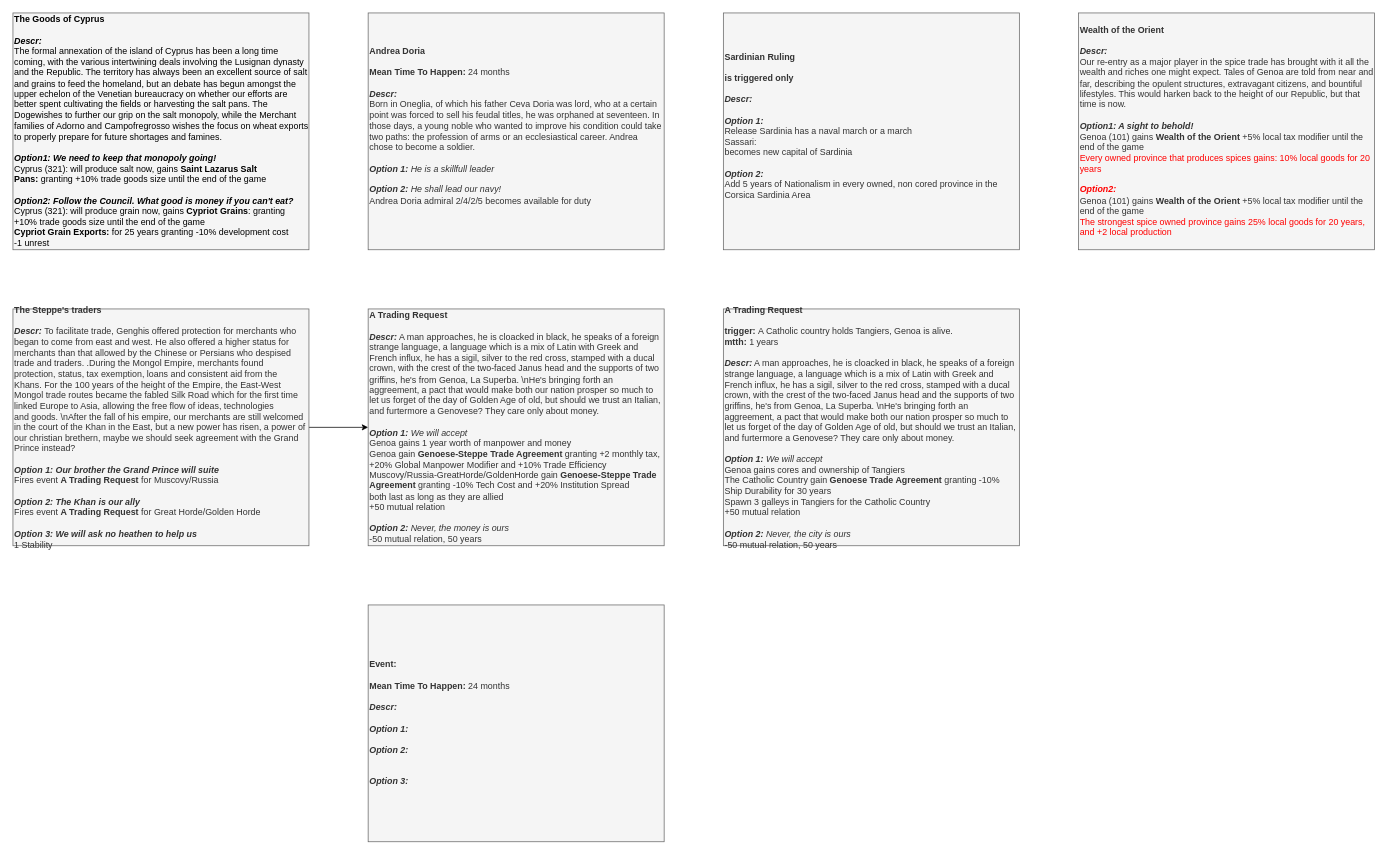
Above: page "Events" (2 of 3) of It's Pesto Time/It's Pesto Time 0.3.drawio in Melvasul/Missions-Expanded (draw.io), before the change. Source tidied: cells renumbered, new cells numbered last; positions are measured from the earlier drawing's top-left corner, leaving out a move shared by most shapes. Both pictures are drawn from the tidied source at 74%, with x=0, y=0 at pixel (13, 13).
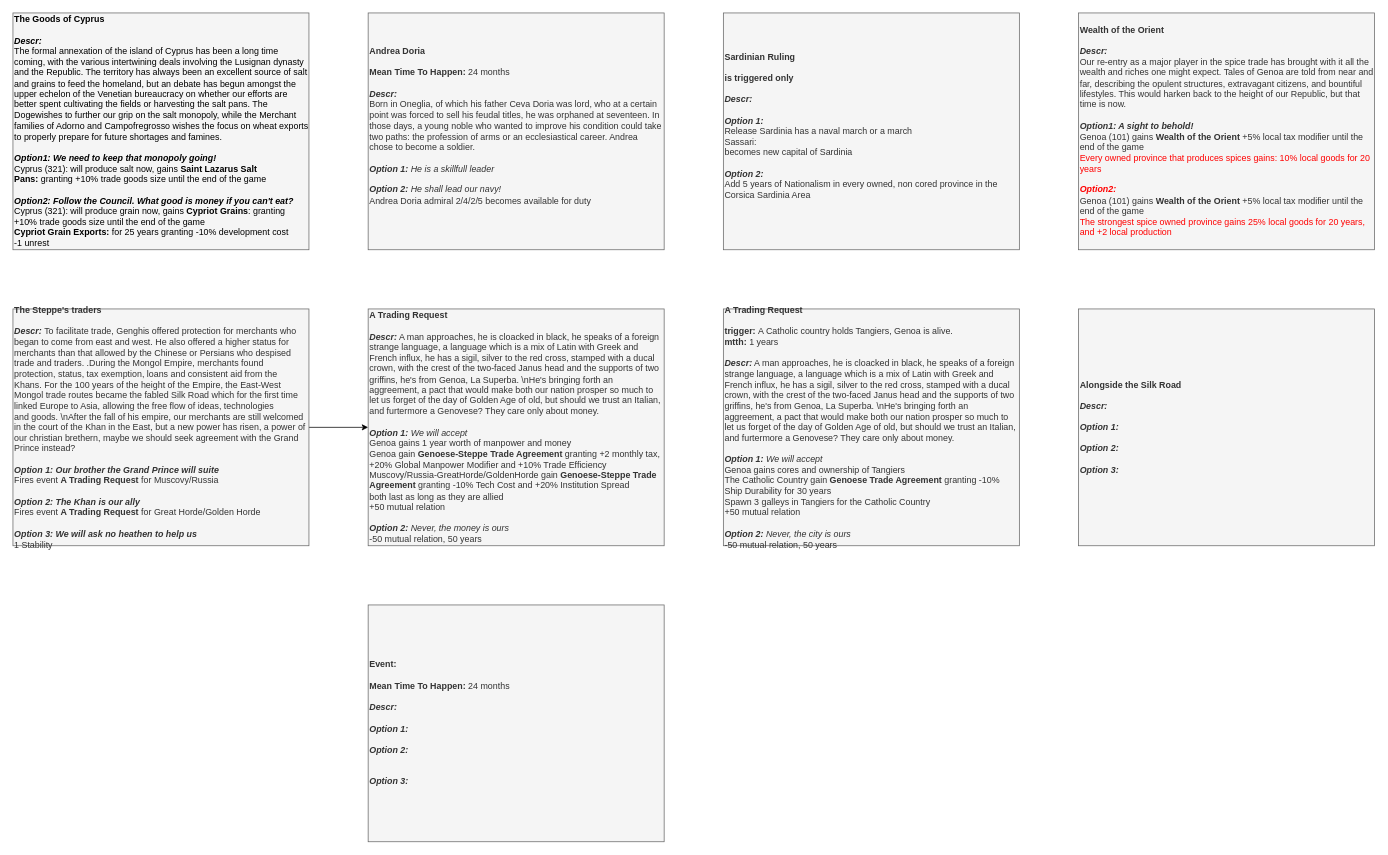
After the change.

The edit, as a diff of the source:
```diff
@@
 <mxGraphModel>
   <root>
     <mxCell id="0" />
     <mxCell id="1" parent="0" />
     <mxCell id="2" value="&lt;div style=&quot;font-size: 12px&quot;&gt;&lt;b&gt;Event:&lt;/b&gt;&lt;/div&gt;&lt;div style=&quot;font-size: 12px&quot;&gt;&lt;b&gt;&lt;br&gt;&lt;/b&gt;&lt;/div&gt;&lt;div style=&quot;font-size: 12px&quot;&gt;&lt;b&gt;Mean Time To Happen: &lt;/b&gt;24 months&lt;/div&gt;&lt;div style=&quot;font-size: 12px&quot;&gt;&lt;b&gt;&lt;br&gt;&lt;/b&gt;&lt;/div&gt;&lt;div&gt;&lt;font&gt;&lt;div style=&quot;font-size: 12px&quot;&gt;&lt;b style=&quot;font-size: 12px&quot;&gt;&lt;i style=&quot;font-size: 12px&quot;&gt;Descr:&lt;/i&gt;&lt;/b&gt;&lt;/div&gt;&lt;/font&gt;&lt;/div&gt;&lt;div&gt;&lt;br&gt;&lt;/div&gt;&lt;div style=&quot;font-size: 12px&quot;&gt;&lt;/div&gt;&lt;font&gt;&lt;b style=&quot;font-size: 12px ; font-style: italic&quot;&gt;Option 1:&lt;/b&gt;&lt;span style=&quot;font-size: 12px ; font-style: italic&quot;&gt; &lt;/span&gt;&lt;br&gt;&lt;br&gt;&lt;span style=&quot;font-size: 12px&quot;&gt;&lt;i&gt;&lt;b&gt;Option 2:&lt;/b&gt;&amp;nbsp;&lt;/i&gt;&lt;/span&gt;&lt;br&gt;&lt;div&gt;&lt;br&gt;&lt;/div&gt;&lt;div&gt;&lt;br&gt;&lt;/div&gt;&lt;div&gt;&lt;i style=&quot;font-weight: bold&quot;&gt;Option 3:&amp;nbsp;&lt;/i&gt;&lt;/div&gt;&lt;/font&gt;" style="rounded=0;whiteSpace=wrap;html=1;align=left;fontSize=12;fillColor=#f5f5f5;strokeColor=#666666;fontColor=#333333;" parent="1" vertex="1">
       <mxGeometry x="480" y="800" width="400" height="320" as="geometry" />
     </mxCell>
     <mxCell id="3" value="&lt;div style=&quot;font-size: 12px&quot;&gt;&lt;b&gt;Andrea Doria&lt;/b&gt;&lt;/div&gt;&lt;div style=&quot;font-size: 12px&quot;&gt;&lt;b&gt;&lt;br&gt;&lt;/b&gt;&lt;/div&gt;&lt;div style=&quot;font-size: 12px&quot;&gt;&lt;b&gt;Mean Time To Happen: &lt;/b&gt;24 months&lt;/div&gt;&lt;div style=&quot;font-size: 12px&quot;&gt;&lt;b&gt;&lt;br&gt;&lt;/b&gt;&lt;/div&gt;&lt;div&gt;&lt;font&gt;&lt;div style=&quot;font-size: 12px&quot;&gt;&lt;b style=&quot;font-size: 12px&quot;&gt;&lt;i style=&quot;font-size: 12px&quot;&gt;Descr:&lt;/i&gt;&lt;/b&gt;&lt;/div&gt;&lt;/font&gt;&lt;/div&gt;&lt;div&gt;Born in Oneglia, of which his father Ceva Doria was lord, who at a certain point was forced to sell his feudal titles, he was orphaned at seventeen. In those days, a young noble who wanted to improve his condition could take two paths: the profession of arms or an ecclesiastical career. Andrea chose to become a soldier.&lt;br&gt;&lt;/div&gt;&lt;div&gt;&lt;br&gt;&lt;/div&gt;&lt;div style=&quot;font-size: 12px&quot;&gt;&lt;/div&gt;&lt;font&gt;&lt;b style=&quot;font-size: 12px ; font-style: italic&quot;&gt;Option 1:&lt;/b&gt;&lt;span style=&quot;font-size: 12px ; font-style: italic&quot;&gt;&amp;nbsp;He is a skillfull leader&lt;/span&gt;&lt;br&gt;&lt;br&gt;&lt;span style=&quot;font-size: 12px&quot;&gt;&lt;i&gt;&lt;b&gt;Option 2:&lt;/b&gt;&amp;nbsp;He shall lead our navy!&lt;br&gt;&lt;/i&gt;&lt;/span&gt;Andrea Doria admiral 2/4/2/5 becomes available for duty&lt;br&gt;&lt;div&gt;&lt;br&gt;&lt;/div&gt;&lt;/font&gt;" style="rounded=0;whiteSpace=wrap;html=1;align=left;fontSize=12;fillColor=#f5f5f5;strokeColor=#666666;fontColor=#333333;" parent="1" vertex="1">
       <mxGeometry x="480" width="400" height="320" as="geometry" />
     </mxCell>
     <mxCell id="4" value="&lt;div style=&quot;font-size: 12px&quot;&gt;&lt;b&gt;Sardinian Ruling&lt;/b&gt;&lt;/div&gt;&lt;div style=&quot;font-size: 12px&quot;&gt;&lt;b&gt;&lt;br&gt;&lt;/b&gt;&lt;/div&gt;&lt;div style=&quot;font-size: 12px&quot;&gt;&lt;b&gt;is triggered only&lt;/b&gt;&lt;/div&gt;&lt;div style=&quot;font-size: 12px&quot;&gt;&lt;b&gt;&lt;br&gt;&lt;/b&gt;&lt;/div&gt;&lt;div&gt;&lt;font&gt;&lt;div style=&quot;font-size: 12px&quot;&gt;&lt;b style=&quot;font-size: 12px&quot;&gt;&lt;i style=&quot;font-size: 12px&quot;&gt;Descr:&lt;/i&gt;&lt;/b&gt;&lt;/div&gt;&lt;/font&gt;&lt;/div&gt;&lt;div&gt;&lt;br&gt;&lt;/div&gt;&lt;div style=&quot;font-size: 12px&quot;&gt;&lt;/div&gt;&lt;font&gt;&lt;b style=&quot;font-size: 12px ; font-style: italic&quot;&gt;Option 1:&lt;/b&gt;&lt;span style=&quot;font-size: 12px ; font-style: italic&quot;&gt; &lt;/span&gt;&lt;br&gt;Release Sardinia has a naval march or a march&lt;br&gt;Sassari:&lt;br&gt;becomes new capital of Sardinia&lt;br&gt;&lt;br&gt;&lt;span style=&quot;font-size: 12px&quot;&gt;&lt;i&gt;&lt;b&gt;Option 2:&lt;/b&gt;&amp;nbsp;&lt;/i&gt;&lt;/span&gt;&lt;br&gt;&lt;div&gt;Add 5 years of Nationalism in every owned, non cored province in the Corsica Sardinia Area&lt;/div&gt;&lt;div&gt;&lt;br&gt;&lt;/div&gt;&lt;/font&gt;" style="rounded=0;whiteSpace=wrap;html=1;align=left;fontSize=12;fillColor=#f5f5f5;strokeColor=#666666;fontColor=#333333;" parent="1" vertex="1">
       <mxGeometry x="960" width="400" height="320" as="geometry" />
     </mxCell>
     <mxCell id="5" value="&lt;div&gt;&lt;font color=&quot;#000000&quot;&gt;&lt;b&gt;The Goods of Cyprus&lt;/b&gt;&lt;br&gt;&lt;/font&gt;&lt;/div&gt;&lt;div&gt;&lt;b&gt;&lt;font color=&quot;#000000&quot;&gt;&lt;br&gt;&lt;/font&gt;&lt;/b&gt;&lt;/div&gt;&lt;div&gt;&lt;font color=&quot;#000000&quot;&gt;&lt;b&gt;&lt;i&gt;Descr:&lt;/i&gt;&lt;/b&gt;&amp;nbsp;&lt;/font&gt;&lt;/div&gt;&lt;div&gt;&lt;font color=&quot;#000000&quot;&gt;The formal annexation of the island of Cyprus has been a long time coming, with the various intertwining deals involving the Lusignan dynasty and the Republic. The territory has always been an excellent source of salt and grains to feed the homeland, but an debate has begun amongst the upper echelon of the Venetian bureaucracy on whether our efforts are better spent cultivating the fields or harvesting the salt pans. The Dogewishes to further our grip on the salt monopoly, while the Merchant families of Adorno and Campofregrosso wishes the focus on wheat exports to properly prepare for future shortages and famines.&lt;/font&gt;&lt;/div&gt;&lt;div style=&quot;font-size: 12px&quot;&gt;&lt;span style=&quot;font-size: 12px&quot;&gt;&lt;font color=&quot;#000000&quot;&gt;&lt;br style=&quot;font-size: 12px&quot;&gt;&lt;/font&gt;&lt;/span&gt;&lt;/div&gt;&lt;div style=&quot;font-size: 12px&quot;&gt;&lt;font color=&quot;#000000&quot;&gt;&lt;b&gt;&lt;i&gt;Option1:&amp;nbsp;&lt;/i&gt;&lt;/b&gt;&lt;i&gt;&lt;b&gt;We need to keep that monopoly going!&lt;/b&gt;&lt;/i&gt;&lt;/font&gt;&lt;/div&gt;&lt;div style=&quot;font-size: 12px&quot;&gt;&lt;font color=&quot;#000000&quot;&gt;&lt;span&gt;Cyprus (321): will produce salt now,&amp;nbsp;&lt;/span&gt;&lt;span&gt;gains&amp;nbsp;&lt;/span&gt;&lt;b&gt;Saint Lazarus Salt Pans&lt;/b&gt;&lt;b&gt;:&lt;/b&gt;&lt;span&gt;&amp;nbsp;granting&amp;nbsp;+10% trade goods size until the end of the game&lt;/span&gt;&lt;/font&gt;&lt;/div&gt;&lt;div style=&quot;font-size: 12px&quot;&gt;&lt;font color=&quot;#000000&quot;&gt;&lt;br&gt;&lt;/font&gt;&lt;/div&gt;&lt;div style=&quot;font-size: 12px&quot;&gt;&lt;font color=&quot;#000000&quot;&gt;&lt;b&gt;&lt;i&gt;Option2:&amp;nbsp;&lt;/i&gt;&lt;/b&gt;&lt;span&gt;&lt;b&gt;&lt;i&gt;Follow the Council. What good is money if you can't eat?&lt;/i&gt;&lt;/b&gt;&lt;/span&gt;&lt;/font&gt;&lt;/div&gt;&lt;div&gt;&lt;div style=&quot;font-size: 12px&quot;&gt;&lt;font color=&quot;#000000&quot;&gt;Cyprus (321): will produce grain now,&amp;nbsp;&lt;span&gt;gains &lt;/span&gt;&lt;b&gt;Cypriot Grains&lt;/b&gt;&lt;span&gt;: granting +10% trade goods size until the end of the game&lt;/span&gt;&lt;/font&gt;&lt;/div&gt;&lt;div&gt;&lt;font color=&quot;#000000&quot;&gt;&lt;b&gt;Cypriot Grain Exports:&lt;/b&gt;&amp;nbsp;for 25 years granting -10% development cost&lt;br&gt;&lt;/font&gt;&lt;/div&gt;&lt;div&gt;&lt;font color=&quot;#000000&quot;&gt;-1 unrest&lt;/font&gt;&lt;/div&gt;&lt;/div&gt;" style="rounded=0;whiteSpace=wrap;html=1;fillColor=#f5f5f5;strokeColor=#666666;fontSize=12;align=left;fontColor=#333333;" parent="1" vertex="1">
       <mxGeometry width="400" height="320" as="geometry" />
     </mxCell>
     <mxCell id="6" value="&lt;div&gt;&lt;b&gt;Wealth of the Orient&lt;/b&gt;&lt;br&gt;&lt;/div&gt;&lt;div&gt;&lt;b&gt;&lt;br&gt;&lt;/b&gt;&lt;/div&gt;&lt;div&gt;&lt;b&gt;&lt;i&gt;Descr:&lt;/i&gt;&lt;/b&gt;&amp;nbsp;&lt;/div&gt;Our re-entry as a major player in the spice trade has brought with it all the wealth and riches one might expect. Tales of Genoa are told from near and far, describing the opulent structures, extravagant citizens, and bountiful lifestyles. This would harken back to the height of our Republic, but that time is now.&lt;div&gt;&lt;br&gt;&lt;/div&gt;&lt;div style=&quot;font-size: 12px&quot;&gt;&lt;/div&gt;&lt;b&gt;&lt;i&gt;Option1: A sight to behold!&lt;/i&gt;&lt;/b&gt;&lt;br class=&quot;Apple-interchange-newline&quot;&gt;Genoa (101) gains&amp;nbsp;&lt;b&gt;Wealth of the Orient&lt;/b&gt;&amp;nbsp;+5% local tax modifier until the end of the game&lt;div&gt;&lt;font color=&quot;#ff0000&quot;&gt;Every owned province that produces spices gains: 10% local goods for 20 years&lt;/font&gt;&lt;/div&gt;&lt;div&gt;&lt;font color=&quot;#ff0000&quot;&gt;&lt;br&gt;&lt;/font&gt;&lt;/div&gt;&lt;div&gt;&lt;font color=&quot;#ff0000&quot;&gt;&lt;b&gt;&lt;i&gt;Option2:&lt;/i&gt;&lt;/b&gt;&lt;/font&gt;&lt;/div&gt;Genoa (101) gains&amp;nbsp;&lt;b&gt;Wealth of the Orient&lt;/b&gt;&amp;nbsp;+5% local tax modifier until the end of the game&lt;div&gt;&lt;font color=&quot;#ff0000&quot;&gt;The strongest spice owned province gains 25% local goods for 20 years, and +2 local production&lt;/font&gt;&lt;/div&gt;" style="rounded=0;whiteSpace=wrap;html=1;fillColor=#f5f5f5;strokeColor=#666666;fontSize=12;align=left;fontColor=#333333;" parent="1" vertex="1">
       <mxGeometry x="1440" width="400" height="320" as="geometry" />
     </mxCell>
     <mxCell id="7" style="edgeStyle=orthogonalEdgeStyle;rounded=0;jettySize=auto;html=1;exitX=1;exitY=0.5;exitDx=0;exitDy=0;" parent="1" edge="1" source="8" target="9">
       <mxGeometry relative="1" as="geometry" />
     </mxCell>
     <mxCell id="8" value="&lt;div style=&quot;font-size: 12px&quot;&gt;&lt;/div&gt;&lt;b&gt;The Steppe's traders&lt;br&gt;&lt;/b&gt;&lt;div style=&quot;font-size: 12px&quot;&gt;&lt;b&gt;&lt;br&gt;&lt;/b&gt;&lt;/div&gt;&lt;div&gt;&lt;font&gt;&lt;div style=&quot;font-size: 12px&quot;&gt;&lt;b style=&quot;font-size: 12px&quot;&gt;&lt;i style=&quot;font-size: 12px&quot;&gt;Descr:&amp;nbsp;&lt;/i&gt;&lt;/b&gt;&lt;span&gt;To facilitate trade, Genghis offered protection for merchants who began to come from east and west. He also offered a higher status for &lt;br&gt;merchants than that allowed by the Chinese or Persians who despised &lt;br&gt;trade and traders. .During the Mongol Empire, merchants found &lt;br&gt;protection, status, tax exemption, loans and consistent aid from the &lt;br&gt;Khans. For the 100 years of the height of the Empire, the East-West &lt;br&gt;Mongol trade routes became the fabled Silk Road which for the first time&lt;br&gt; linked Europe to Asia, allowing the free flow of ideas, technologies &lt;br&gt;and goods. \nAfter the fall of his empire, our merchants are still welcomed in the court of the Khan in the East, but a new power has risen, a power of our christian brethern, maybe we should seek agreement with the Grand Prince instead?&lt;/span&gt;&lt;/div&gt;&lt;/font&gt;&lt;/div&gt;&lt;div&gt;&lt;br&gt;&lt;/div&gt;&lt;div style=&quot;font-size: 12px&quot;&gt;&lt;/div&gt;&lt;font&gt;&lt;b style=&quot;font-size: 12px ; font-style: italic&quot;&gt;Option 1:&lt;/b&gt;&lt;span style=&quot;font-size: 12px ; font-style: italic&quot;&gt;&amp;nbsp;&lt;b&gt;Our brother the Grand Prince will suite&lt;/b&gt;&lt;/span&gt;&lt;br&gt;Fires event &lt;b&gt;A Trading Request&lt;/b&gt;&amp;nbsp;for Muscovy/Russia&lt;br&gt;&lt;br&gt;&lt;span style=&quot;font-size: 12px&quot;&gt;&lt;i&gt;&lt;b&gt;Option 2:&lt;/b&gt;&amp;nbsp;&lt;b&gt;The Khan is our ally&lt;/b&gt;&lt;br&gt;&lt;/i&gt;&lt;/span&gt;&lt;div&gt;Fires event&amp;nbsp;&lt;b&gt;A Trading Request&lt;/b&gt;&amp;nbsp;for Great Horde/Golden Horde&lt;br&gt;&lt;/div&gt;&lt;div&gt;&lt;br&gt;&lt;/div&gt;&lt;div&gt;&lt;i style=&quot;font-weight: bold&quot;&gt;Option 3: We will ask no heathen to help us&lt;/i&gt;&lt;/div&gt;&lt;div&gt;1 Stability&lt;/div&gt;&lt;/font&gt;" style="rounded=0;whiteSpace=wrap;html=1;align=left;fontSize=12;fillColor=#f5f5f5;strokeColor=#666666;fontColor=#333333;" parent="1" vertex="1">
       <mxGeometry y="400" width="400" height="320" as="geometry" />
     </mxCell>
     <mxCell id="9" value="&lt;div style=&quot;font-size: 12px&quot;&gt;&lt;/div&gt;&lt;b&gt;A Trading Request&lt;br&gt;&lt;/b&gt;&lt;div style=&quot;font-size: 12px&quot;&gt;&lt;b&gt;&lt;br&gt;&lt;/b&gt;&lt;/div&gt;&lt;div&gt;&lt;font&gt;&lt;div style=&quot;font-size: 12px&quot;&gt;&lt;span style=&quot;font-size: 12px&quot;&gt;&lt;span style=&quot;font-size: 12px&quot;&gt;&lt;b style=&quot;font-style: italic&quot;&gt;Descr:&lt;/b&gt; A man approaches, he is cloacked in black, he speaks of a foreign strange language, a language which is a mix of Latin with Greek and French influx, he has a sigil,&amp;nbsp;&lt;/span&gt;&lt;/span&gt;&lt;span&gt;silver to the red cross, stamped with a ducal crown, with the crest of the two-faced Janus head and the supports of two griffins, he's from Genoa, La Superba. \nHe's bringing forth an aggreement, a pact that would make both our nation prosper so much to let us forget of the day of Golden Age of old, but should we trust an Italian, and furtermore a Genovese? They care only about money.&lt;/span&gt;&lt;/div&gt;&lt;/font&gt;&lt;/div&gt;&lt;div&gt;&lt;br&gt;&lt;/div&gt;&lt;div style=&quot;font-size: 12px&quot;&gt;&lt;/div&gt;&lt;font&gt;&lt;b style=&quot;font-size: 12px ; font-style: italic&quot;&gt;Option 1:&lt;/b&gt;&lt;span style=&quot;font-size: 12px ; font-style: italic&quot;&gt;&amp;nbsp;We will accept&lt;/span&gt;&lt;br&gt;Genoa gains 1 year worth of manpower and money&lt;br&gt;Genoa gain&amp;nbsp;&lt;b&gt;Genoese-Steppe Trade Agreement&amp;nbsp;&lt;/b&gt;granting +2 monthly tax, +20% Global Manpower Modifier and +10% Trade Efficiency&lt;br&gt;Muscovy/Russia-GreatHorde/GoldenHorde gain&amp;nbsp;&lt;b&gt;Genoese-Steppe Trade Agreement&lt;/b&gt;&amp;nbsp;granting -10% Tech Cost and +20% Institution Spread&lt;br&gt;both last as long as they are allied&lt;br&gt;+50 mutual relation&lt;br&gt;&lt;br&gt;&lt;span style=&quot;font-size: 12px&quot;&gt;&lt;b style=&quot;font-style: italic&quot;&gt;Option 2:&lt;/b&gt;&lt;i&gt;&amp;nbsp;Never, the money is ours&lt;/i&gt;&lt;br&gt;-50 mutual relation, 50 years&lt;br&gt;&lt;/span&gt;&lt;/font&gt;" style="rounded=0;whiteSpace=wrap;html=1;align=left;fontSize=12;fillColor=#f5f5f5;strokeColor=#666666;fontColor=#333333;" parent="1" vertex="1">
       <mxGeometry x="480" y="400" width="400" height="320" as="geometry" />
     </mxCell>
     <mxCell id="10" value="&lt;div style=&quot;font-size: 12px&quot;&gt;&lt;/div&gt;&lt;b&gt;A Trading Request&lt;br&gt;&lt;/b&gt;&lt;div style=&quot;font-size: 12px&quot;&gt;&lt;b&gt;&lt;br&gt;&lt;/b&gt;&lt;/div&gt;&lt;div style=&quot;font-size: 12px&quot;&gt;&lt;b&gt;trigger:&lt;/b&gt;&amp;nbsp;A Catholic country holds Tangiers, Genoa is alive.&lt;/div&gt;&lt;div style=&quot;font-size: 12px&quot;&gt;&lt;b&gt;mtth:&lt;/b&gt; 1 years&lt;/div&gt;&lt;div style=&quot;font-size: 12px&quot;&gt;&lt;b&gt;&lt;br&gt;&lt;/b&gt;&lt;/div&gt;&lt;div&gt;&lt;font&gt;&lt;div style=&quot;font-size: 12px&quot;&gt;&lt;span style=&quot;font-size: 12px&quot;&gt;&lt;span style=&quot;font-size: 12px&quot;&gt;&lt;b style=&quot;font-style: italic&quot;&gt;Descr:&lt;/b&gt; A man approaches, he is cloacked in black, he speaks of a foreign strange language, a language which is a mix of Latin with Greek and French influx, he has a sigil,&amp;nbsp;&lt;/span&gt;&lt;/span&gt;&lt;span&gt;silver to the red cross, stamped with a ducal crown, with the crest of the two-faced Janus head and the supports of two griffins, he's from Genoa, La Superba. \nHe's bringing forth an aggreement, a pact that would make both our nation prosper so much to let us forget of the day of Golden Age of old, but should we trust an Italian, and furtermore a Genovese? They care only about money.&lt;/span&gt;&lt;/div&gt;&lt;/font&gt;&lt;/div&gt;&lt;div&gt;&lt;br&gt;&lt;/div&gt;&lt;div style=&quot;font-size: 12px&quot;&gt;&lt;/div&gt;&lt;font&gt;&lt;b style=&quot;font-size: 12px ; font-style: italic&quot;&gt;Option 1:&lt;/b&gt;&lt;span style=&quot;font-size: 12px ; font-style: italic&quot;&gt;&amp;nbsp;We will accept&lt;/span&gt;&lt;br&gt;Genoa gains cores and ownership of Tangiers&lt;br&gt;The Catholic Country gain&amp;nbsp;&lt;b&gt;Genoese Trade Agreement&lt;/b&gt;&amp;nbsp;granting -10% Ship Durability for 30 years&lt;br&gt;Spawn 3 galleys in Tangiers for the Catholic Country&lt;br&gt;+50 mutual relation&lt;br&gt;&lt;br&gt;&lt;span style=&quot;font-size: 12px&quot;&gt;&lt;b style=&quot;font-style: italic&quot;&gt;Option 2:&lt;/b&gt;&lt;i&gt;&amp;nbsp;Never, the city is ours&lt;/i&gt;&lt;br&gt;-50 mutual relation, 50 years&lt;br&gt;&lt;/span&gt;&lt;/font&gt;" style="rounded=0;whiteSpace=wrap;html=1;align=left;fontSize=12;fillColor=#f5f5f5;strokeColor=#666666;fontColor=#333333;" parent="1" vertex="1">
       <mxGeometry x="960" y="400" width="400" height="320" as="geometry" />
     </mxCell>
+    <mxCell id="11" value="&lt;div style=&quot;font-size: 12px&quot;&gt;&lt;b&gt;Alongside the Silk Road&lt;/b&gt;&lt;/div&gt;&lt;div style=&quot;font-size: 12px&quot;&gt;&lt;b&gt;&lt;br&gt;&lt;/b&gt;&lt;/div&gt;&lt;div&gt;&lt;font&gt;&lt;div style=&quot;font-size: 12px&quot;&gt;&lt;b style=&quot;font-size: 12px&quot;&gt;&lt;i style=&quot;font-size: 12px&quot;&gt;Descr:&lt;/i&gt;&lt;/b&gt;&lt;/div&gt;&lt;/font&gt;&lt;/div&gt;&lt;div&gt;&lt;br&gt;&lt;/div&gt;&lt;div style=&quot;font-size: 12px&quot;&gt;&lt;/div&gt;&lt;font&gt;&lt;b style=&quot;font-size: 12px ; font-style: italic&quot;&gt;Option 1:&lt;/b&gt;&lt;span style=&quot;font-size: 12px ; font-style: italic&quot;&gt; &lt;/span&gt;&lt;br&gt;&lt;br&gt;&lt;span style=&quot;font-size: 12px&quot;&gt;&lt;i&gt;&lt;b&gt;Option 2:&lt;/b&gt;&amp;nbsp;&lt;br&gt;&lt;/i&gt;&lt;/span&gt;&lt;div&gt;&lt;br&gt;&lt;/div&gt;&lt;div&gt;&lt;i style=&quot;font-weight: bold&quot;&gt;Option 3:&amp;nbsp;&lt;/i&gt;&lt;/div&gt;&lt;/font&gt;" style="rounded=0;whiteSpace=wrap;html=1;align=left;fontSize=12;fillColor=#f5f5f5;strokeColor=#666666;fontColor=#333333;" parent="1" vertex="1">
+      <mxGeometry x="1440" y="400" width="400" height="320" as="geometry" />
+    </mxCell>
   </root>
 </mxGraphModel>
```
